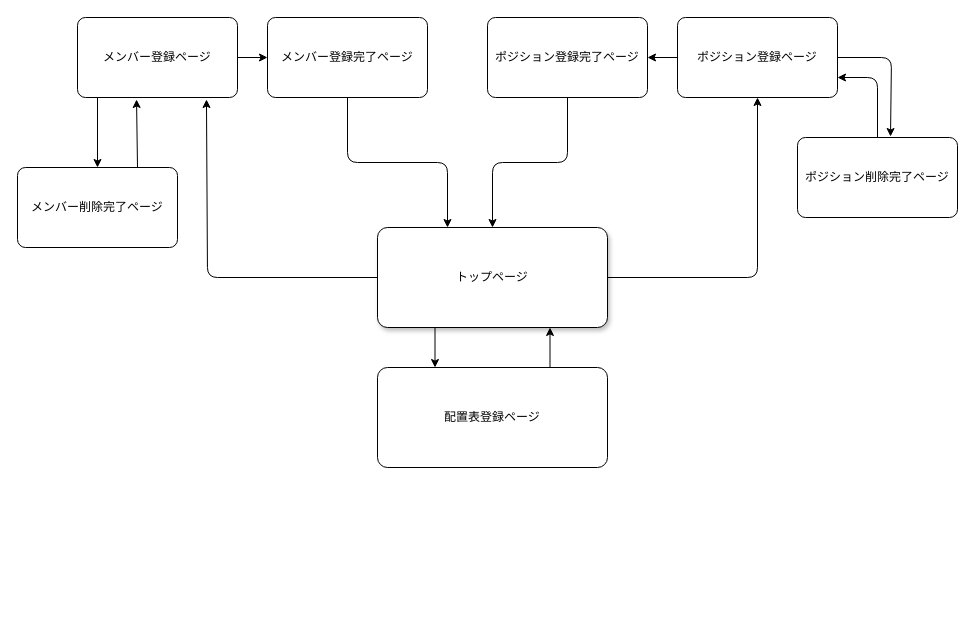
This is page "画面遷移図" (2 of 2) of staffing.dio from kmt0224/staffing_app, a draw.io file, before an edit. Source tidied: cells renumbered, new cells numbered last; positions are measured from the earlier drawing's top-left corner, leaving out a move shared by most shapes. Both pictures are drawn from the tidied source at 100%, with x=0, y=0 at pixel (17, 17).
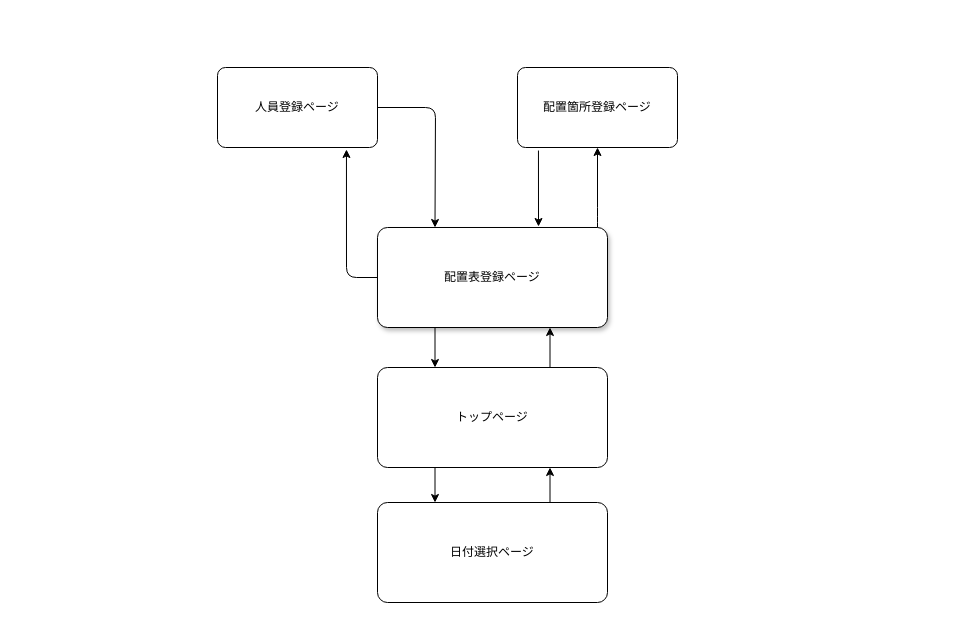
The same diagram, later.

The edit, as a diff of the source:
```diff
@@
-    <mxCell id="2" value="トップページ" style="rounded=1;arcSize=10;whiteSpace=wrap;html=1;align=center;shadow=1;" parent="1" vertex="1">
+    <mxCell id="2" value="配置表登録ページ" style="rounded=1;arcSize=10;whiteSpace=wrap;html=1;align=center;shadow=1;" parent="1" vertex="1">
       <mxGeometry x="360" y="210" width="230" height="100" as="geometry" />
     </mxCell>
     <mxCell id="3" style="edgeStyle=orthogonalEdgeStyle;html=1;startArrow=none;startFill=0;endArrow=classic;endFill=1;entryX=0.806;entryY=1.025;entryDx=0;entryDy=0;entryPerimeter=0;" parent="1" edge="1" source="2" target="8">
       <mxGeometry relative="1" as="geometry">
         <Array as="points">
-          <mxPoint x="190" y="260" />
+          <mxPoint x="329" y="260" />
         </Array>
       </mxGeometry>
     </mxCell>
     <mxCell id="4" style="edgeStyle=orthogonalEdgeStyle;html=1;entryX=0.5;entryY=1;entryDx=0;entryDy=0;startArrow=none;startFill=0;endArrow=classic;endFill=1;" parent="1" edge="1" source="2" target="11">
-      <mxGeometry relative="1" as="geometry" />
+      <mxGeometry relative="1" as="geometry">
+        <Array as="points">
+          <mxPoint x="580" y="200" />
+          <mxPoint x="580" y="200" />
+        </Array>
+      </mxGeometry>
     </mxCell>
@@
-    <mxCell id="6" style="edgeStyle=orthogonalEdgeStyle;html=1;startArrow=none;startFill=0;endArrow=classic;endFill=1;" parent="1" edge="1" source="8" target="15">
-      <mxGeometry relative="1" as="geometry" />
-    </mxCell>
-    <mxCell id="7" style="edgeStyle=orthogonalEdgeStyle;html=1;entryX=0.5;entryY=0;entryDx=0;entryDy=0;startArrow=none;startFill=0;endArrow=classic;endFill=1;" parent="1" edge="1">
-      <mxGeometry relative="1" as="geometry">
-        <mxPoint x="80" y="70" as="sourcePoint" />
-        <mxPoint x="80" y="150" as="targetPoint" />
-      </mxGeometry>
-    </mxCell>
+    <mxCell id="22" style="edgeStyle=none;html=1;entryX=0.25;entryY=0;entryDx=0;entryDy=0;" parent="1" edge="1" source="8" target="2">
+      <mxGeometry relative="1" as="geometry">
+        <Array as="points">
+          <mxPoint x="418" y="90" />
+        </Array>
+      </mxGeometry>
+    </mxCell>
-    <mxCell id="8" value="メンバー登録ページ" style="rounded=1;arcSize=10;whiteSpace=wrap;html=1;align=center;" parent="1" vertex="1">
-      <mxGeometry x="60" width="160" height="80" as="geometry" />
+    <mxCell id="8" value="人員登録ページ" style="rounded=1;arcSize=10;whiteSpace=wrap;html=1;align=center;" parent="1" vertex="1">
+      <mxGeometry x="200" y="50" width="160" height="80" as="geometry" />
     </mxCell>
-    <mxCell id="9" style="edgeStyle=orthogonalEdgeStyle;html=1;startArrow=none;startFill=0;endArrow=classic;endFill=1;" parent="1" edge="1" source="11" target="13">
-      <mxGeometry relative="1" as="geometry" />
-    </mxCell>
-    <mxCell id="10" style="edgeStyle=orthogonalEdgeStyle;html=1;entryX=0.644;entryY=-0.012;entryDx=0;entryDy=0;entryPerimeter=0;startArrow=none;startFill=0;endArrow=classic;endFill=1;" parent="1" edge="1" source="11">
-      <mxGeometry relative="1" as="geometry">
-        <mxPoint x="873" y="119" as="targetPoint" />
-        <Array as="points">
-          <mxPoint x="874" y="40" />
-        </Array>
-      </mxGeometry>
-    </mxCell>
+    <mxCell id="23" style="edgeStyle=none;html=1;entryX=0.7;entryY=-0.01;entryDx=0;entryDy=0;entryPerimeter=0;exitX=0.131;exitY=1.038;exitDx=0;exitDy=0;exitPerimeter=0;" parent="1" edge="1" source="11" target="2">
+      <mxGeometry relative="1" as="geometry" />
+    </mxCell>
-    <mxCell id="11" value="ポジション登録ページ" style="rounded=1;arcSize=10;whiteSpace=wrap;html=1;align=center;" parent="1" vertex="1">
-      <mxGeometry x="660" width="160" height="80" as="geometry" />
+    <mxCell id="11" value="配置箇所登録ページ" style="rounded=1;arcSize=10;whiteSpace=wrap;html=1;align=center;" parent="1" vertex="1">
+      <mxGeometry x="500" y="50" width="160" height="80" as="geometry" />
     </mxCell>
-    <mxCell id="12" style="edgeStyle=orthogonalEdgeStyle;html=1;entryX=0.5;entryY=0;entryDx=0;entryDy=0;startArrow=none;startFill=0;endArrow=classic;endFill=1;" parent="1" edge="1" source="13" target="2">
-      <mxGeometry relative="1" as="geometry" />
-    </mxCell>
-    <mxCell id="13" value="ポジション登録完了ページ" style="rounded=1;arcSize=10;whiteSpace=wrap;html=1;align=center;" parent="1" vertex="1">
-      <mxGeometry x="470" width="160" height="80" as="geometry" />
-    </mxCell>
-    <mxCell id="14" style="edgeStyle=orthogonalEdgeStyle;html=1;startArrow=none;startFill=0;endArrow=classic;endFill=1;" parent="1" edge="1" source="15">
-      <mxGeometry relative="1" as="geometry">
-        <mxPoint x="430" y="210" as="targetPoint" />
-        <Array as="points">
-          <mxPoint x="330" y="145" />
-          <mxPoint x="430" y="145" />
-          <mxPoint x="430" y="210" />
-        </Array>
-      </mxGeometry>
-    </mxCell>
-    <mxCell id="15" value="メンバー登録完了ページ" style="rounded=1;arcSize=10;whiteSpace=wrap;html=1;align=center;" parent="1" vertex="1">
-      <mxGeometry x="250" width="160" height="80" as="geometry" />
-    </mxCell>
-    <mxCell id="16" style="edgeStyle=none;html=1;entryX=1;entryY=0.75;entryDx=0;entryDy=0;" parent="1" edge="1" source="17" target="11">
-      <mxGeometry relative="1" as="geometry">
-        <Array as="points">
-          <mxPoint x="860" y="60" />
-        </Array>
-      </mxGeometry>
-    </mxCell>
-    <mxCell id="17" value="ポジション削除完了ページ" style="rounded=1;arcSize=10;whiteSpace=wrap;html=1;align=center;" parent="1" vertex="1">
-      <mxGeometry x="780" y="120" width="160" height="80" as="geometry" />
-    </mxCell>
-    <mxCell id="18" style="edgeStyle=none;html=1;exitX=0.75;exitY=0;exitDx=0;exitDy=0;entryX=0.369;entryY=1.025;entryDx=0;entryDy=0;entryPerimeter=0;" parent="1" edge="1" source="19" target="8">
-      <mxGeometry relative="1" as="geometry" />
-    </mxCell>
-    <mxCell id="19" value="メンバー削除完了ページ" style="rounded=1;arcSize=10;whiteSpace=wrap;html=1;align=center;" parent="1" vertex="1">
-      <mxGeometry y="150" width="160" height="80" as="geometry" />
-    </mxCell>
@@
+    <mxCell id="24" style="edgeStyle=none;html=1;exitX=0.25;exitY=1;exitDx=0;exitDy=0;entryX=0.25;entryY=0;entryDx=0;entryDy=0;" parent="1" edge="1" source="21" target="26">
+      <mxGeometry relative="1" as="geometry" />
+    </mxCell>
-    <mxCell id="21" value="配置表登録ページ" style="rounded=1;arcSize=10;whiteSpace=wrap;html=1;align=center;" parent="1" vertex="1">
+    <mxCell id="21" value="トップページ" style="rounded=1;arcSize=10;whiteSpace=wrap;html=1;align=center;" parent="1" vertex="1">
       <mxGeometry x="360" y="350" width="230" height="100" as="geometry" />
     </mxCell>
+    <mxCell id="25" style="edgeStyle=none;html=1;exitX=0.75;exitY=0;exitDx=0;exitDy=0;entryX=0.75;entryY=1;entryDx=0;entryDy=0;" parent="1" edge="1" source="26" target="21">
+      <mxGeometry relative="1" as="geometry" />
+    </mxCell>
+    <mxCell id="26" value="日付選択ページ" style="rounded=1;arcSize=10;whiteSpace=wrap;html=1;align=center;" parent="1" vertex="1">
+      <mxGeometry x="360" y="485" width="230" height="100" as="geometry" />
+    </mxCell>
```
